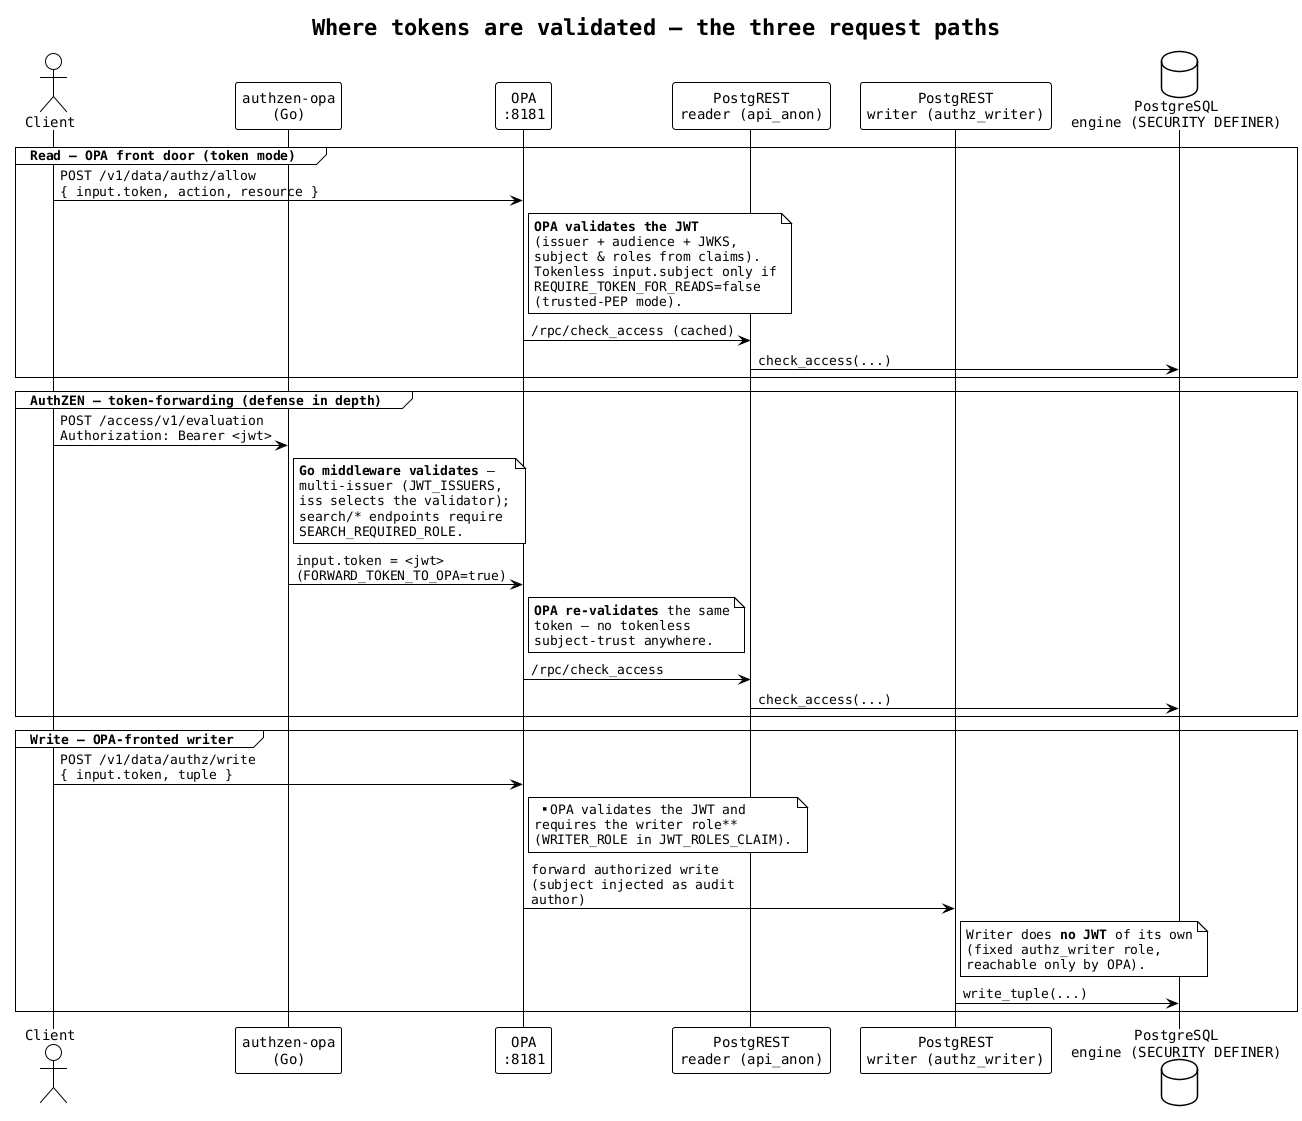
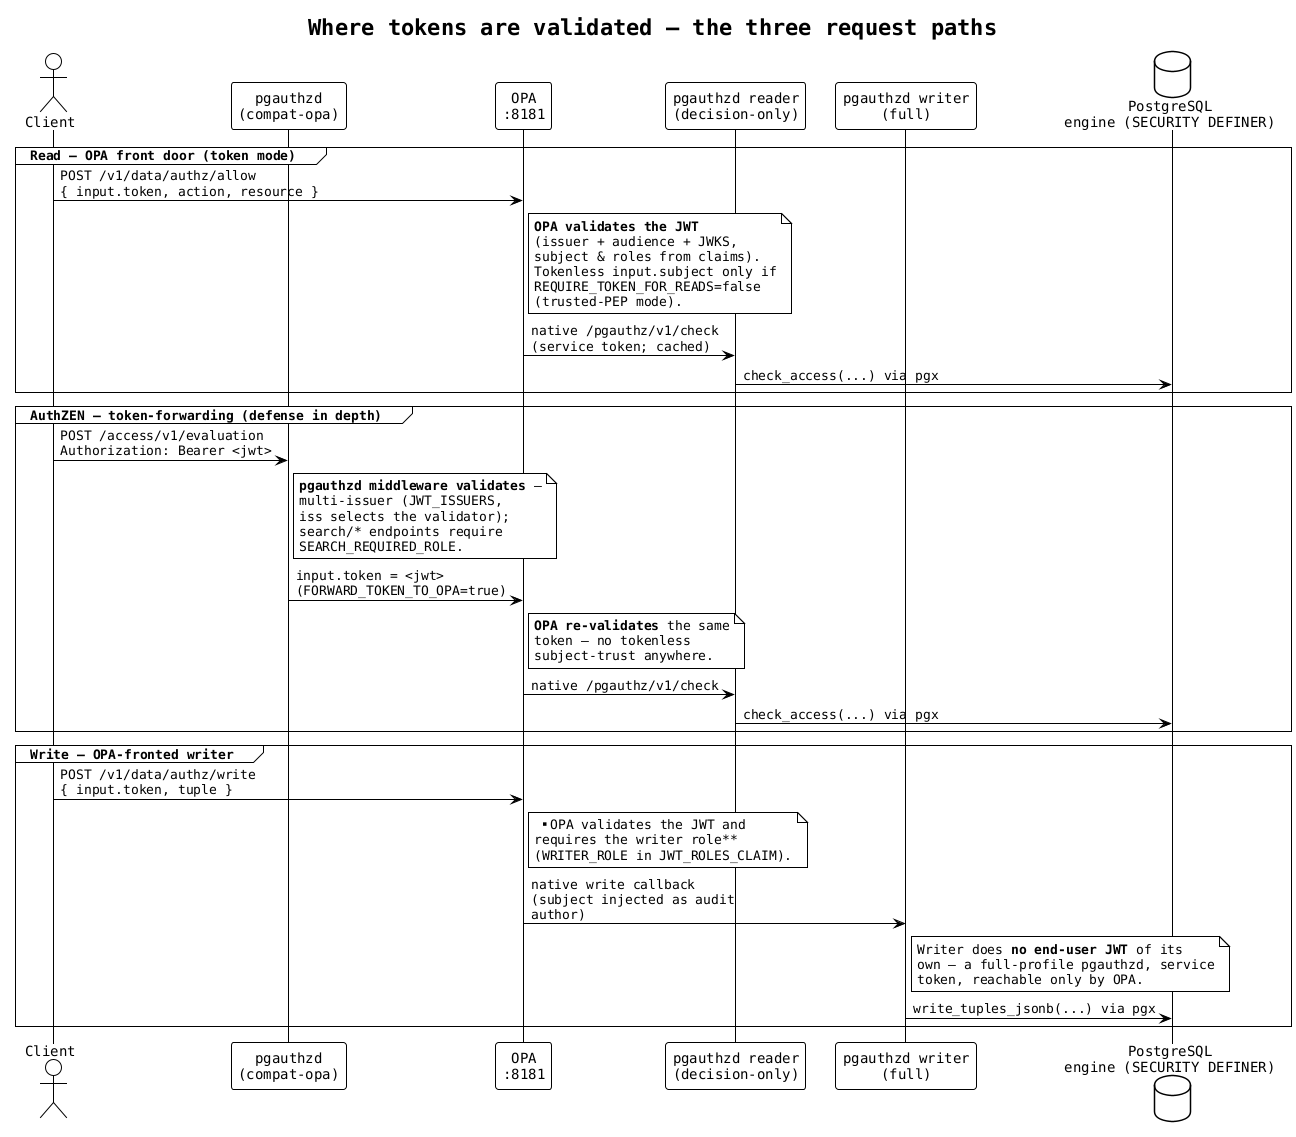
@startuml architecture-token-flow

!theme plain
skinparam backgroundColor white
skinparam defaultFontName monospaced
skinparam sequenceMessageAlign left
skinparam maxMessageSize 260

title Where tokens are validated — the three request paths

actor "Client" as app
- participant "authzen-opa\n(Go)" as az
+ participant "pgauthzd\n(compat-opa)" as az
participant "OPA\n:8181" as opa
- participant "PostgREST\nreader (api_anon)" as pgrst
- participant "PostgREST\nwriter (authz_writer)" as pgw
+ participant "pgauthzd reader\n(decision-only)" as pgrd
+ participant "pgauthzd writer\n(full)" as pgw
database "PostgreSQL\nengine (SECURITY DEFINER)" as pg

group Read — OPA front door (token mode)
  app -> opa : POST /v1/data/authz/allow\n{ input.token, action, resource }
  note right of opa
    **OPA validates the JWT**
    (issuer + audience + JWKS,
    subject & roles from claims).
    Tokenless input.subject only if
    REQUIRE_TOKEN_FOR_READS=false
    (trusted-PEP mode).
  end note
-   opa -> pgrst : /rpc/check_access (cached)
-   pgrst -> pg : check_access(...)
+   opa -> pgrd : native /pgauthz/v1/check\n(service token; cached)
+   pgrd -> pg : check_access(...) via pgx
end

group AuthZEN — token-forwarding (defense in depth)
  app -> az : POST /access/v1/evaluation\nAuthorization: Bearer <jwt>
  note right of az
-     **Go middleware validates** —
+     **pgauthzd middleware validates** —
    multi-issuer (JWT_ISSUERS,
    iss selects the validator);
    search/* endpoints require
    SEARCH_REQUIRED_ROLE.
  end note
  az -> opa : input.token = <jwt>\n(FORWARD_TOKEN_TO_OPA=true)
  note right of opa
    **OPA re-validates** the same
    token — no tokenless
    subject-trust anywhere.
  end note
-   opa -> pgrst : /rpc/check_access
-   pgrst -> pg : check_access(...)
+   opa -> pgrd : native /pgauthz/v1/check
+   pgrd -> pg : check_access(...) via pgx
end

group Write — OPA-fronted writer
  app -> opa : POST /v1/data/authz/write\n{ input.token, tuple }
  note right of opa
    **OPA validates the JWT and
    requires the writer role**
    (WRITER_ROLE in JWT_ROLES_CLAIM).
  end note
-   opa -> pgw : forward authorized write\n(subject injected as audit author)
+   opa -> pgw : native write callback\n(subject injected as audit author)
  note right of pgw
-     Writer does **no JWT** of its own
-     (fixed authz_writer role,
-     reachable only by OPA).
+     Writer does **no end-user JWT** of its
+     own — a full-profile pgauthzd, service
+     token, reachable only by OPA.
  end note
-   pgw -> pg : write_tuple(...)
+   pgw -> pg : write_tuples_jsonb(...) via pgx
end

@enduml
